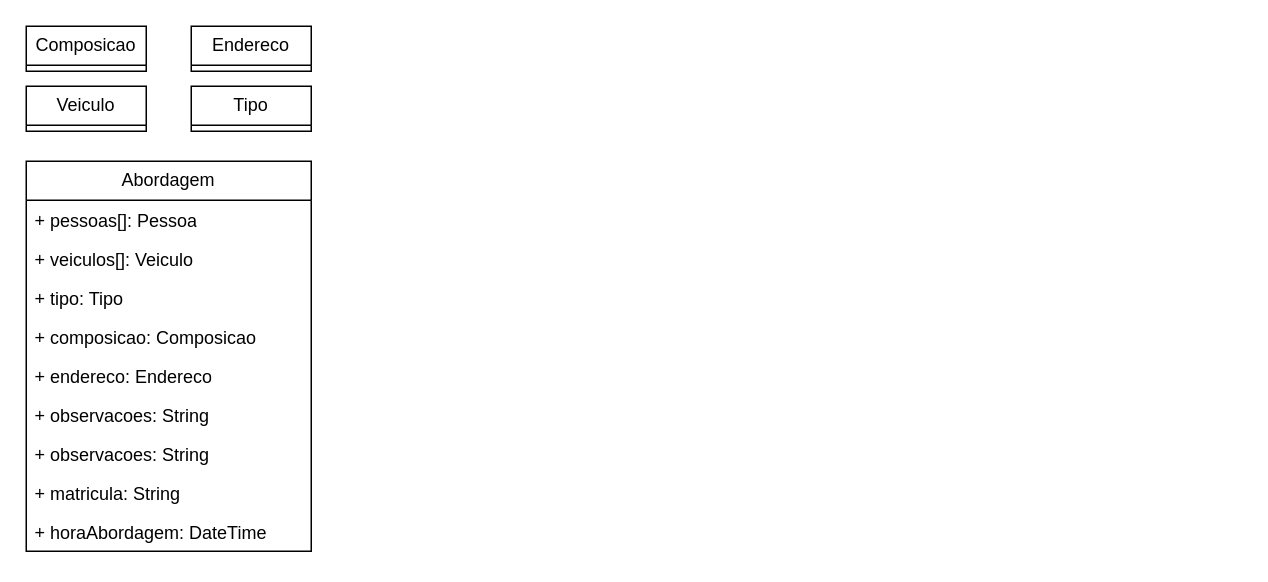
The draw.io diagram Diagrama sem nome.drawio in LimaNathan/vpn-check, before the edit. Source tidied: cells renumbered, new cells numbered last; positions are measured from the earlier drawing's top-left corner, leaving out a move shared by most shapes. Both pictures are drawn from the tidied source at 150%, with x=0, y=0 at pixel (26, 26).
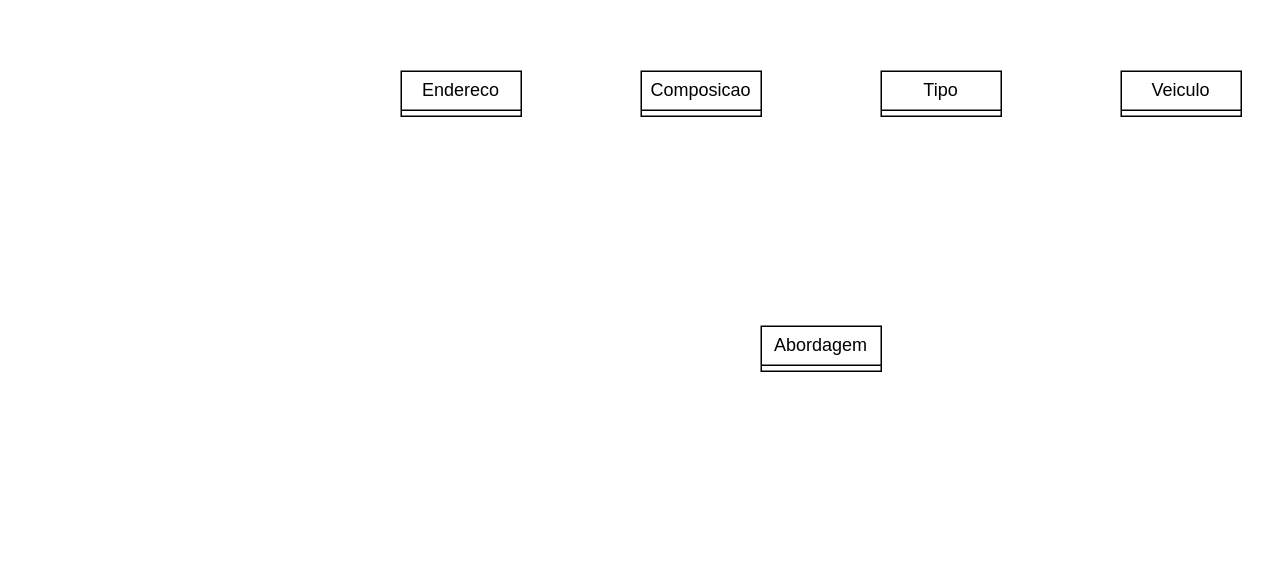
After the change.

Diff of the diagram source:
```diff
@@
 <mxGraphModel>
   <root>
     <mxCell id="0" />
     <mxCell id="1" parent="0" />
     <mxCell id="2" value="Veiculo" style="swimlane;fontStyle=0;horizontal=1;startSize=26;fillColor=none;whiteSpace=wrap;html=1;" parent="1" vertex="1" collapsed="1">
-      <mxGeometry y="40" width="80" height="30" as="geometry" />
+      <mxGeometry x="730" y="30" width="80" height="30" as="geometry" />
     </mxCell>
     <mxCell id="3" value="Tipo" style="swimlane;fontStyle=0;horizontal=1;startSize=26;fillColor=none;whiteSpace=wrap;html=1;" parent="1" vertex="1" collapsed="1">
-      <mxGeometry x="110" y="40" width="80" height="30" as="geometry" />
+      <mxGeometry x="570" y="30" width="80" height="30" as="geometry" />
     </mxCell>
     <mxCell id="4" value="Composicao" style="swimlane;fontStyle=0;horizontal=1;startSize=26;fillColor=none;whiteSpace=wrap;html=1;" parent="1" vertex="1" collapsed="1">
-      <mxGeometry width="80" height="30" as="geometry" />
+      <mxGeometry x="410" y="30" width="80" height="30" as="geometry" />
     </mxCell>
-    <mxCell id="5" value="Abordagem" style="swimlane;fontStyle=0;horizontal=1;startSize=26;fillColor=none;whiteSpace=wrap;html=1;" parent="1" vertex="1">
-      <mxGeometry y="90" width="190" height="260" as="geometry" />
+    <mxCell id="5" value="Abordagem" style="swimlane;fontStyle=0;horizontal=1;startSize=26;fillColor=none;whiteSpace=wrap;html=1;" parent="1" vertex="1" collapsed="1">
+      <mxGeometry x="490" y="200" width="80" height="30" as="geometry" />
     </mxCell>
-    <mxCell id="6" value="+ pessoas[]: Pessoa&lt;br&gt;" style="text;strokeColor=none;fillColor=none;align=left;verticalAlign=top;spacingLeft=4;spacingRight=4;overflow=hidden;whiteSpace=wrap;html=1;" parent="5" vertex="1">
-      <mxGeometry y="26" width="190" height="26" as="geometry" />
-    </mxCell>
-    <mxCell id="7" value="+ veiculos[]: Veiculo&amp;nbsp;" style="text;strokeColor=none;fillColor=none;align=left;verticalAlign=top;spacingLeft=4;spacingRight=4;overflow=hidden;whiteSpace=wrap;html=1;" parent="5" vertex="1">
-      <mxGeometry y="52" width="190" height="26" as="geometry" />
-    </mxCell>
-    <mxCell id="8" value="+ tipo: Tipo" style="text;strokeColor=none;fillColor=none;align=left;verticalAlign=top;spacingLeft=4;spacingRight=4;overflow=hidden;whiteSpace=wrap;html=1;" parent="5" vertex="1">
-      <mxGeometry y="78" width="190" height="26" as="geometry" />
-    </mxCell>
-    <mxCell id="9" value="+ composicao: Composicao" style="text;strokeColor=none;fillColor=none;align=left;verticalAlign=top;spacingLeft=4;spacingRight=4;overflow=hidden;whiteSpace=wrap;html=1;" parent="5" vertex="1">
-      <mxGeometry y="104" width="190" height="26" as="geometry" />
-    </mxCell>
-    <mxCell id="10" value="+ endereco: Endereco" style="text;strokeColor=none;fillColor=none;align=left;verticalAlign=top;spacingLeft=4;spacingRight=4;overflow=hidden;whiteSpace=wrap;html=1;" parent="5" vertex="1">
-      <mxGeometry y="130" width="190" height="26" as="geometry" />
-    </mxCell>
-    <mxCell id="11" value="+ observacoes: String" style="text;strokeColor=none;fillColor=none;align=left;verticalAlign=top;spacingLeft=4;spacingRight=4;overflow=hidden;whiteSpace=wrap;html=1;" parent="5" vertex="1">
-      <mxGeometry y="156" width="190" height="26" as="geometry" />
-    </mxCell>
-    <mxCell id="12" value="+ observacoes: String" style="text;strokeColor=none;fillColor=none;align=left;verticalAlign=top;spacingLeft=4;spacingRight=4;overflow=hidden;whiteSpace=wrap;html=1;" parent="5" vertex="1">
-      <mxGeometry y="182" width="190" height="26" as="geometry" />
-    </mxCell>
-    <mxCell id="13" value="+ matricula: String" style="text;strokeColor=none;fillColor=none;align=left;verticalAlign=top;spacingLeft=4;spacingRight=4;overflow=hidden;whiteSpace=wrap;html=1;" parent="5" vertex="1">
-      <mxGeometry y="208" width="190" height="26" as="geometry" />
-    </mxCell>
-    <mxCell id="14" value="+ horaAbordagem: DateTime" style="text;strokeColor=none;fillColor=none;align=left;verticalAlign=top;spacingLeft=4;spacingRight=4;overflow=hidden;whiteSpace=wrap;html=1;" parent="5" vertex="1">
-      <mxGeometry y="234" width="190" height="26" as="geometry" />
-    </mxCell>
     <mxCell id="15" value="Endereco" style="swimlane;fontStyle=0;horizontal=1;startSize=26;fillColor=none;whiteSpace=wrap;html=1;" parent="1" vertex="1" collapsed="1">
-      <mxGeometry x="110" width="80" height="30" as="geometry" />
+      <mxGeometry x="250" y="30" width="80" height="30" as="geometry" />
     </mxCell>
   </root>
 </mxGraphModel>
```
